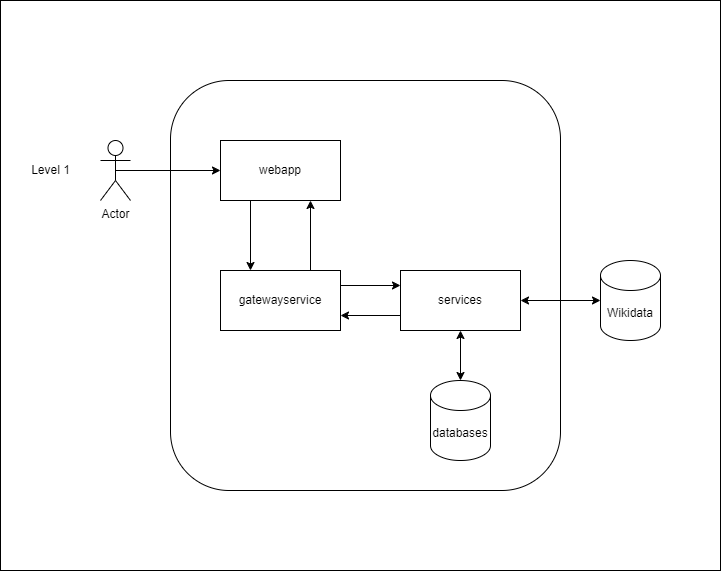
Before: images/level1.png, a diagram exported from draw.io (Arquisoft/wiq_es05c). Source tidied: cells renumbered, new cells last; positions are measured from the earlier drawing's top-left corner, leaving out a move shared by most shapes.
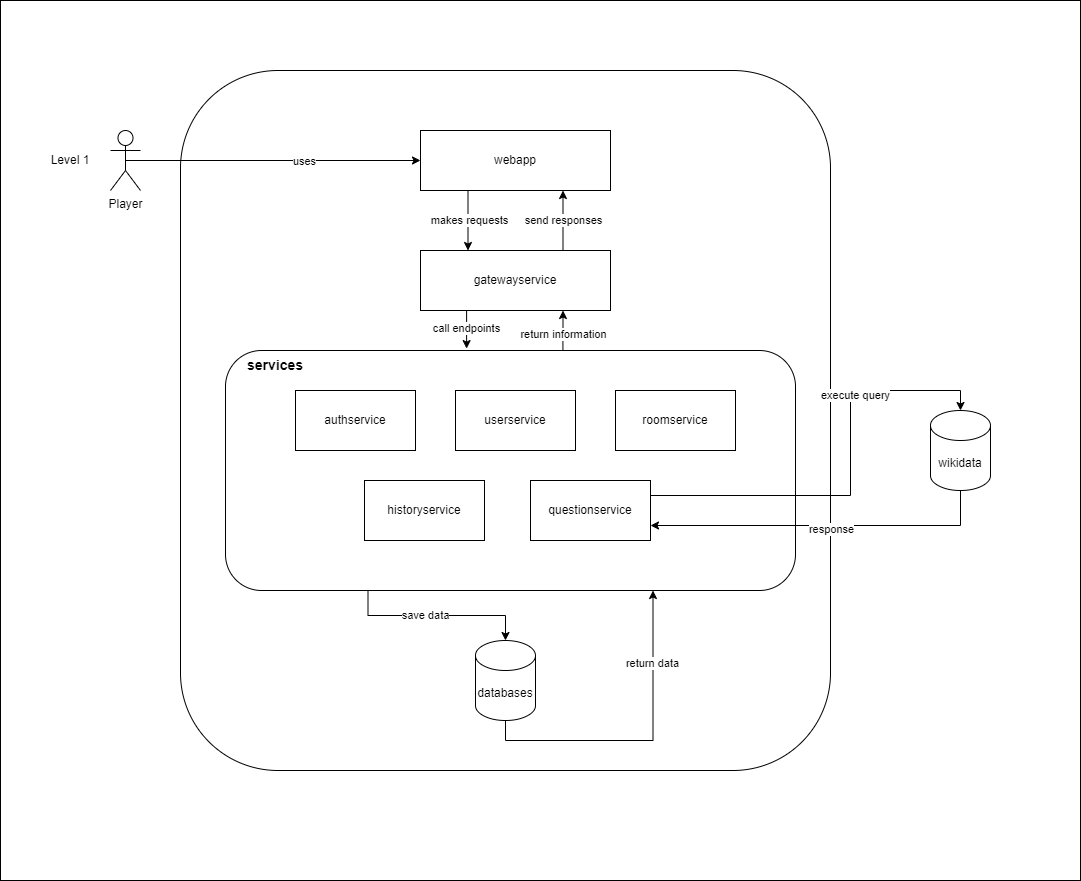
After the commit.

Diff of the diagram source:
```diff
@@ -2,53 +2,115 @@
   <root>
     <mxCell id="0" />
     <mxCell id="1" parent="0" />
-    <mxCell id="2" style="rounded=0;whiteSpace=wrap;html=1;" parent="1" vertex="1">
-      <mxGeometry width="720" height="570" as="geometry" />
-    </mxCell>
-    <mxCell id="3" style="rounded=1;whiteSpace=wrap;html=1;" parent="1" vertex="1">
-      <mxGeometry x="170" y="80" width="390" height="410" as="geometry" />
-    </mxCell>
+    <mxCell id="18" style="rounded=0;whiteSpace=wrap;html=1;" parent="1" vertex="1">
+      <mxGeometry x="-110" y="-80" width="1080" height="880" as="geometry" />
+    </mxCell>
+    <mxCell id="19" style="rounded=1;whiteSpace=wrap;html=1;" parent="1" vertex="1">
+      <mxGeometry x="70" y="-10" width="650" height="700" as="geometry" />
+    </mxCell>
+    <mxCell id="20" style="edgeStyle=orthogonalEdgeStyle;rounded=0;jettySize=auto;html=1;exitX=0.592;exitY=0;exitDx=0;exitDy=0;entryX=0.75;entryY=1;entryDx=0;entryDy=0;exitPerimeter=0;" parent="1" edge="1" source="24" target="8">
+      <mxGeometry relative="1" as="geometry">
+        <Array as="points">
+          <mxPoint x="450" y="250" />
+          <mxPoint x="450" y="250" />
+        </Array>
+      </mxGeometry>
+    </mxCell>
+    <mxCell id="21" value="return information" style="edgeLabel;html=1;align=center;verticalAlign=middle;" parent="20" vertex="1">
+      <mxGeometry x="-0.22" relative="1" as="geometry" />
+    </mxCell>
+    <mxCell id="22" style="edgeStyle=orthogonalEdgeStyle;rounded=0;jettySize=auto;html=1;exitX=0.25;exitY=1;exitDx=0;exitDy=0;" parent="1" edge="1" source="24" target="11">
+      <mxGeometry relative="1" as="geometry" />
+    </mxCell>
+    <mxCell id="23" value="save data" style="edgeLabel;html=1;align=center;verticalAlign=middle;" parent="22" vertex="1">
+      <mxGeometry x="-0.12" y="1" relative="1" as="geometry" />
+    </mxCell>
+    <mxCell id="24" style="rounded=1;whiteSpace=wrap;html=1;" parent="1" vertex="1">
+      <mxGeometry x="115" y="270" width="570" height="240" as="geometry" />
+    </mxCell>
+    <mxCell id="25" style="edgeStyle=orthogonalEdgeStyle;rounded=0;jettySize=auto;html=1;exitX=0.5;exitY=0.5;exitDx=0;exitDy=0;exitPerimeter=0;entryX=0;entryY=0.5;entryDx=0;entryDy=0;" parent="1" edge="1" source="27" target="5">
+      <mxGeometry relative="1" as="geometry" />
+    </mxCell>
+    <mxCell id="26" value="uses" style="edgeLabel;html=1;align=center;verticalAlign=middle;" parent="25" vertex="1">
+      <mxGeometry x="0.21" relative="1" as="geometry" />
+    </mxCell>
+    <mxCell id="27" value="Player" style="shape=umlActor;verticalLabelPosition=bottom;verticalAlign=top;html=1;outlineConnect=0;" parent="1" vertex="1">
+      <mxGeometry y="50" width="30" height="60" as="geometry" />
+    </mxCell>
+    <mxCell id="17" value="Level 1" style="text;html=1;align=center;verticalAlign=middle;whiteSpace=wrap;rounded=0;" parent="1" vertex="1">
+      <mxGeometry x="-70" y="65" width="60" height="30" as="geometry" />
+    </mxCell>
     <mxCell id="4" style="edgeStyle=orthogonalEdgeStyle;rounded=0;jettySize=auto;html=1;exitX=0.25;exitY=1;exitDx=0;exitDy=0;entryX=0.25;entryY=0;entryDx=0;entryDy=0;" parent="1" edge="1" source="5" target="8">
       <mxGeometry relative="1" as="geometry" />
     </mxCell>
+    <mxCell id="28" value="makes requests" style="edgeLabel;html=1;align=center;verticalAlign=middle;" parent="4" vertex="1">
+      <mxGeometry x="-0.03" y="1" relative="1" as="geometry" />
+    </mxCell>
     <mxCell id="5" value="webapp" style="rounded=0;whiteSpace=wrap;html=1;" parent="1" vertex="1">
-      <mxGeometry x="220" y="140" width="120" height="60" as="geometry" />
+      <mxGeometry x="310" y="50" width="190" height="60" as="geometry" />
     </mxCell>
     <mxCell id="6" style="edgeStyle=orthogonalEdgeStyle;rounded=0;jettySize=auto;html=1;exitX=0.75;exitY=0;exitDx=0;exitDy=0;entryX=0.75;entryY=1;entryDx=0;entryDy=0;" parent="1" edge="1" source="8" target="5">
       <mxGeometry relative="1" as="geometry" />
     </mxCell>
-    <mxCell id="7" style="edgeStyle=orthogonalEdgeStyle;rounded=0;jettySize=auto;html=1;exitX=1;exitY=0.25;exitDx=0;exitDy=0;entryX=0;entryY=0.25;entryDx=0;entryDy=0;" parent="1" edge="1" source="8" target="10">
-      <mxGeometry relative="1" as="geometry" />
-    </mxCell>
+    <mxCell id="29" value="send responses" style="edgeLabel;html=1;align=center;verticalAlign=middle;" parent="6" vertex="1">
+      <mxGeometry x="0.03" relative="1" as="geometry" />
+    </mxCell>
     <mxCell id="8" value="gatewayservice" style="rounded=0;whiteSpace=wrap;html=1;" parent="1" vertex="1">
-      <mxGeometry x="220" y="270" width="120" height="60" as="geometry" />
+      <mxGeometry x="310" y="170" width="190" height="60" as="geometry" />
     </mxCell>
-    <mxCell id="9" style="edgeStyle=orthogonalEdgeStyle;rounded=0;jettySize=auto;html=1;exitX=0;exitY=0.75;exitDx=0;exitDy=0;entryX=1;entryY=0.75;entryDx=0;entryDy=0;" parent="1" edge="1" source="10" target="8">
-      <mxGeometry relative="1" as="geometry" />
-    </mxCell>
+    <mxCell id="30" value="userservice" style="rounded=0;whiteSpace=wrap;html=1;" parent="1" vertex="1">
+      <mxGeometry x="345" y="310" width="120" height="60" as="geometry" />
+    </mxCell>
+    <mxCell id="31" value="authservice" style="rounded=0;whiteSpace=wrap;html=1;" parent="1" vertex="1">
+      <mxGeometry x="185" y="310" width="120" height="60" as="geometry" />
+    </mxCell>
+    <mxCell id="32" value="questionservice" style="rounded=0;whiteSpace=wrap;html=1;" parent="1" vertex="1">
+      <mxGeometry x="420" y="400" width="120" height="60" as="geometry" />
+    </mxCell>
+    <mxCell id="33" value="historyservice" style="rounded=0;whiteSpace=wrap;html=1;" parent="1" vertex="1">
+      <mxGeometry x="254" y="400" width="120" height="60" as="geometry" />
+    </mxCell>
+    <mxCell id="34" value="roomservice" style="rounded=0;whiteSpace=wrap;html=1;" parent="1" vertex="1">
+      <mxGeometry x="505" y="310" width="120" height="60" as="geometry" />
+    </mxCell>
-    <mxCell id="10" value="services" style="rounded=0;whiteSpace=wrap;html=1;" parent="1" vertex="1">
-      <mxGeometry x="400" y="270" width="120" height="60" as="geometry" />
+    <mxCell id="10" value="&lt;b&gt;&lt;font style=&quot;font-size: 14px;&quot;&gt;services&lt;/font&gt;&lt;/b&gt;" style="text;html=1;align=center;verticalAlign=middle;whiteSpace=wrap;rounded=0;" parent="1" vertex="1">
+      <mxGeometry x="135" y="270" width="60" height="30" as="geometry" />
     </mxCell>
+    <mxCell id="35" style="edgeStyle=orthogonalEdgeStyle;rounded=0;jettySize=auto;html=1;exitX=0.5;exitY=1;exitDx=0;exitDy=0;exitPerimeter=0;entryX=0.75;entryY=1;entryDx=0;entryDy=0;" parent="1" edge="1" source="11" target="24">
+      <mxGeometry relative="1" as="geometry" />
+    </mxCell>
+    <mxCell id="36" value="return data" style="edgeLabel;html=1;align=center;verticalAlign=middle;" parent="35" vertex="1">
+      <mxGeometry x="0.55" y="1" relative="1" as="geometry" />
+    </mxCell>
     <mxCell id="11" value="databases" style="shape=cylinder3;whiteSpace=wrap;html=1;boundedLbl=1;backgroundOutline=1;size=15;" parent="1" vertex="1">
-      <mxGeometry x="430" y="380" width="60" height="80" as="geometry" />
+      <mxGeometry x="365" y="560" width="60" height="80" as="geometry" />
     </mxCell>
-    <mxCell id="12" value="Wikidata" style="shape=cylinder3;whiteSpace=wrap;html=1;boundedLbl=1;backgroundOutline=1;size=15;" parent="1" vertex="1">
-      <mxGeometry x="600" y="260" width="60" height="80" as="geometry" />
-    </mxCell>
-    <mxCell id="13" style="edgeStyle=orthogonalEdgeStyle;rounded=0;jettySize=auto;html=1;exitX=0.5;exitY=1;exitDx=0;exitDy=0;entryX=0.5;entryY=0;entryDx=0;entryDy=0;entryPerimeter=0;startArrow=classic;startFill=1;" parent="1" edge="1" source="10" target="11">
-      <mxGeometry relative="1" as="geometry" />
-    </mxCell>
-    <mxCell id="14" style="edgeStyle=orthogonalEdgeStyle;rounded=0;jettySize=auto;html=1;exitX=1;exitY=0.5;exitDx=0;exitDy=0;entryX=0;entryY=0.5;entryDx=0;entryDy=0;entryPerimeter=0;startArrow=classic;startFill=1;" parent="1" edge="1" source="10" target="12">
-      <mxGeometry relative="1" as="geometry" />
-    </mxCell>
-    <mxCell id="15" style="edgeStyle=orthogonalEdgeStyle;rounded=0;jettySize=auto;html=1;exitX=0.5;exitY=0.5;exitDx=0;exitDy=0;exitPerimeter=0;entryX=0;entryY=0.5;entryDx=0;entryDy=0;" parent="1" edge="1" source="16" target="5">
-      <mxGeometry relative="1" as="geometry" />
-    </mxCell>
-    <mxCell id="16" value="Actor" style="shape=umlActor;verticalLabelPosition=bottom;verticalAlign=top;html=1;outlineConnect=0;" parent="1" vertex="1">
-      <mxGeometry x="100" y="140" width="30" height="60" as="geometry" />
-    </mxCell>
-    <mxCell id="17" value="Level 1" style="text;html=1;align=center;verticalAlign=middle;strokeColor=none;fillColor=none;" parent="1" vertex="1">
-      <mxGeometry x="20" y="155" width="60" height="30" as="geometry" />
-    </mxCell>
+    <mxCell id="37" value="wikidata" style="shape=cylinder3;whiteSpace=wrap;html=1;boundedLbl=1;backgroundOutline=1;size=15;" parent="1" vertex="1">
+      <mxGeometry x="820" y="330" width="60" height="80" as="geometry" />
+    </mxCell>
+    <mxCell id="38" style="edgeStyle=orthogonalEdgeStyle;rounded=0;jettySize=auto;html=1;exitX=0.25;exitY=1;exitDx=0;exitDy=0;entryX=0.423;entryY=-0.008;entryDx=0;entryDy=0;entryPerimeter=0;" parent="1" edge="1" source="8" target="24">
+      <mxGeometry relative="1" as="geometry" />
+    </mxCell>
+    <mxCell id="39" value="call endpoints" style="edgeLabel;html=1;align=center;verticalAlign=middle;" parent="38" vertex="1">
+      <mxGeometry x="-0.03" y="-1" relative="1" as="geometry" />
+    </mxCell>
+    <mxCell id="40" style="edgeStyle=orthogonalEdgeStyle;rounded=0;jettySize=auto;html=1;exitX=1;exitY=0.25;exitDx=0;exitDy=0;entryX=0.5;entryY=0;entryDx=0;entryDy=0;entryPerimeter=0;" parent="1" edge="1" source="32" target="37">
+      <mxGeometry relative="1" as="geometry">
+        <Array as="points">
+          <mxPoint x="740" y="415" />
+          <mxPoint x="740" y="310" />
+          <mxPoint x="850" y="310" />
+        </Array>
+      </mxGeometry>
+    </mxCell>
+    <mxCell id="41" value="execute query" style="edgeLabel;html=1;align=center;verticalAlign=middle;" parent="40" vertex="1">
+      <mxGeometry x="0.38" y="-4" relative="1" as="geometry" />
+    </mxCell>
+    <mxCell id="42" style="edgeStyle=orthogonalEdgeStyle;rounded=0;jettySize=auto;html=1;exitX=0.5;exitY=1;exitDx=0;exitDy=0;exitPerimeter=0;entryX=1;entryY=0.75;entryDx=0;entryDy=0;" parent="1" edge="1" source="37" target="32">
+      <mxGeometry relative="1" as="geometry" />
+    </mxCell>
+    <mxCell id="43" value="response" style="edgeLabel;html=1;align=center;verticalAlign=middle;" parent="42" vertex="1">
+      <mxGeometry x="-0.04" y="3" relative="1" as="geometry" />
+    </mxCell>
   </root>
 </mxGraphModel>
```
